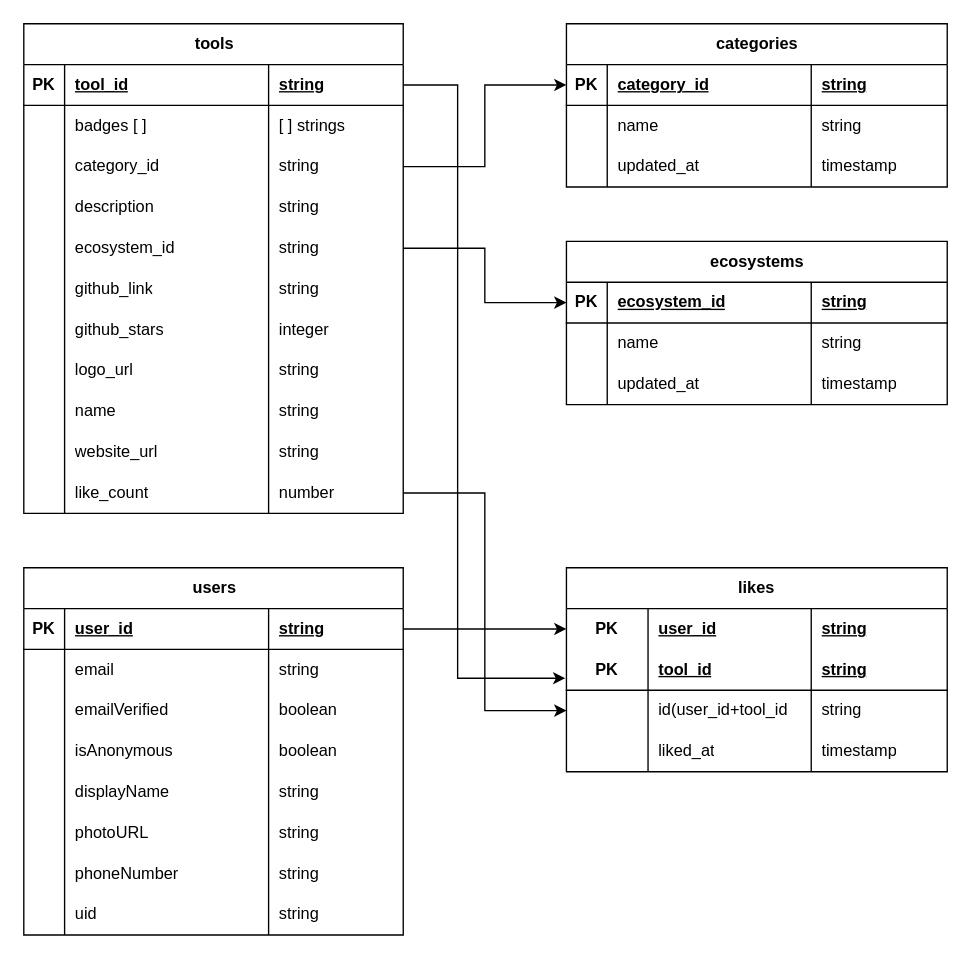
Earlier version of the draw.io diagram db-toolstack.drawio (marcm8793/tool-stack-frontend). Source tidied: cells renumbered, new cells numbered last; positions are measured from the earlier drawing's top-left corner, leaving out a move shared by most shapes. Both pictures are drawn from the tidied source at 136%, with x=0, y=0 at pixel (23, 23).
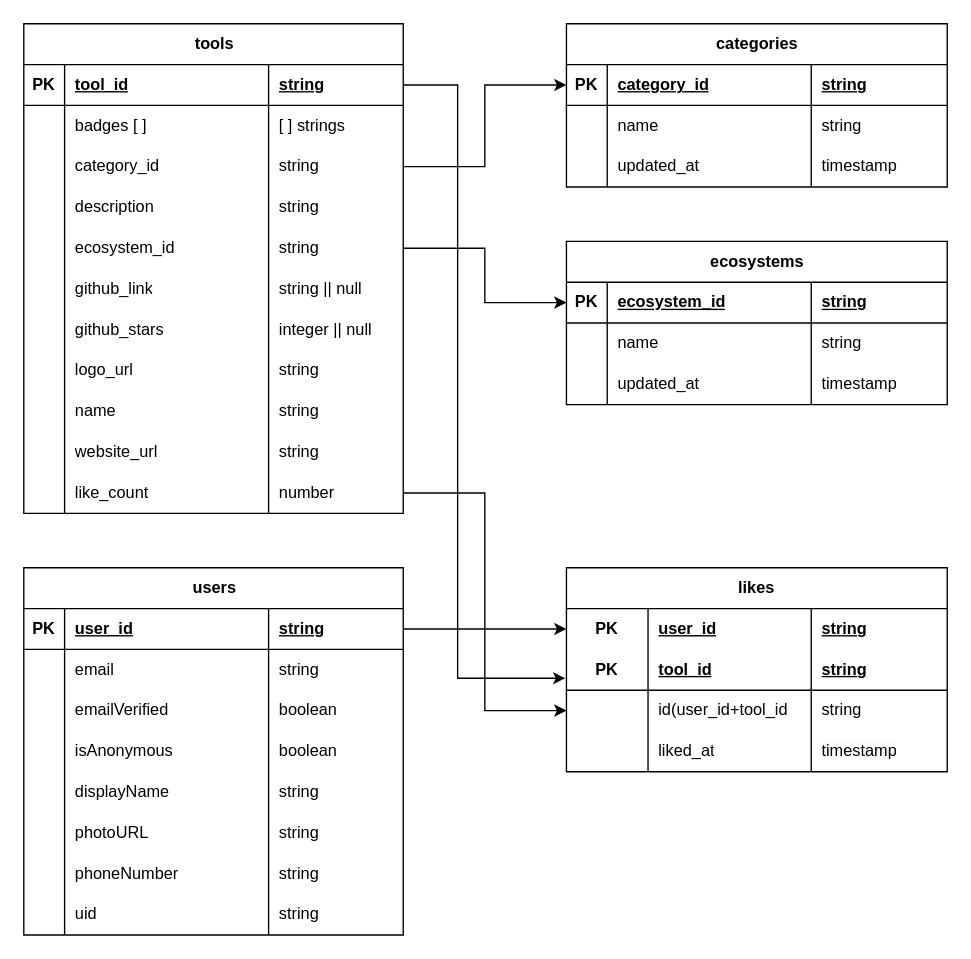
After the change.

Commit message:
Mettre à jour db-toolstack.drawio

Unchanged cells that the change refers to:
```xml
<mxCell id="23" style="shape=tableRow;horizontal=0;startSize=0;swimlaneHead=0;swimlaneBody=0;fillColor=none;top=0;left=0;right=0;bottom=0;" parent="2" vertex="1">
  <mxGeometry y="180" width="279" height="30" as="geometry" />
</mxCell>
<mxCell id="27" style="shape=tableRow;horizontal=0;startSize=0;swimlaneHead=0;swimlaneBody=0;fillColor=none;top=0;left=0;right=0;bottom=0;" parent="2" vertex="1">
  <mxGeometry y="210" width="279" height="30" as="geometry" />
</mxCell>
```

Diff of the diagram source:
```diff
@@
-    <mxCell id="26" value="string" style="shape=partialRectangle;fillColor=none;top=0;left=0;bottom=0;right=0;align=left;spacingLeft=6;overflow=hidden;whiteSpace=wrap;html=1;" parent="23" vertex="1">
+    <mxCell id="26" value="string || null" style="shape=partialRectangle;fillColor=none;top=0;left=0;bottom=0;right=0;align=left;spacingLeft=6;overflow=hidden;whiteSpace=wrap;html=1;" parent="23" vertex="1">
       <mxGeometry x="180" width="99" height="30" as="geometry" />
     </mxCell>
@@
-    <mxCell id="30" value="integer" style="shape=partialRectangle;fillColor=none;top=0;left=0;bottom=0;right=0;align=left;spacingLeft=6;overflow=hidden;whiteSpace=wrap;html=1;" parent="27" vertex="1">
+    <mxCell id="30" value="integer || null" style="shape=partialRectangle;fillColor=none;top=0;left=0;bottom=0;right=0;align=left;spacingLeft=6;overflow=hidden;whiteSpace=wrap;html=1;" parent="27" vertex="1">
       <mxGeometry x="180" width="99" height="30" as="geometry" />
     </mxCell>
```
